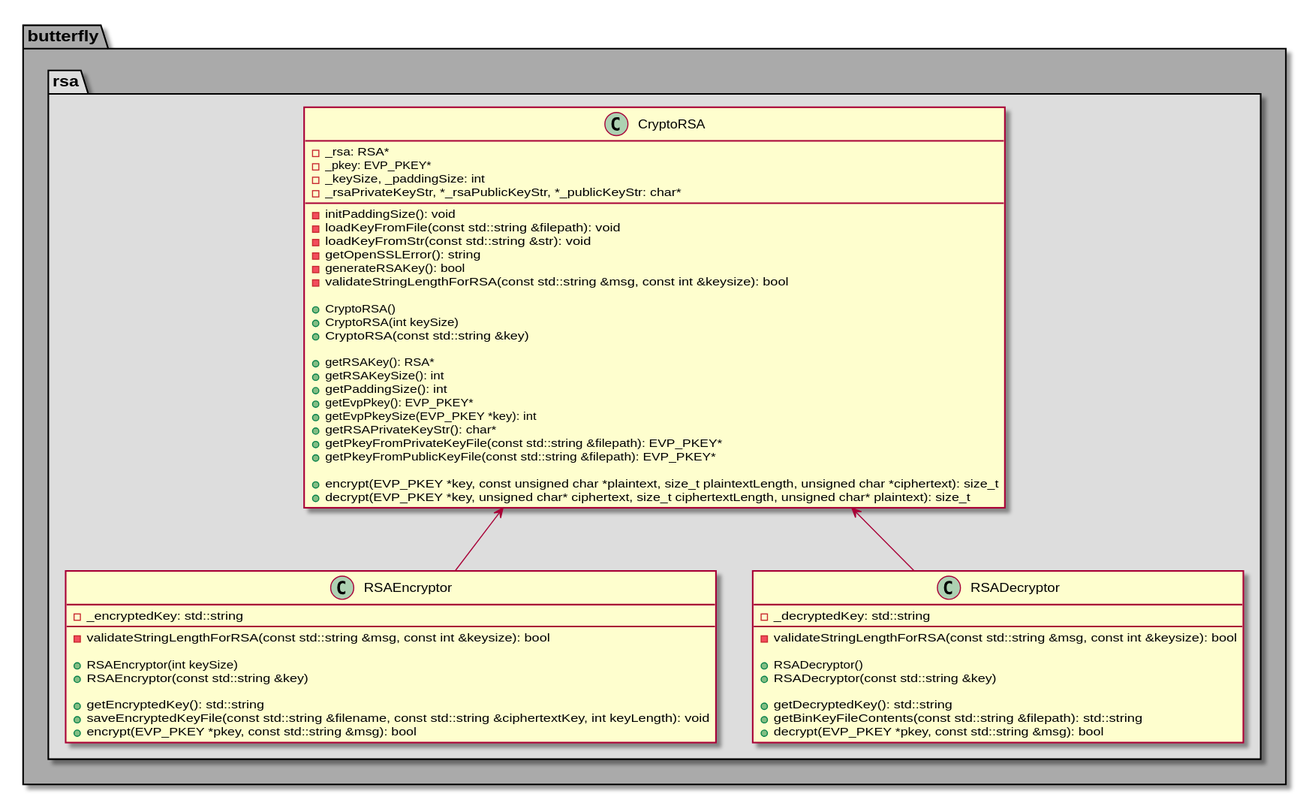
Earlier version of the PlantUML export architecture/class_diagrams/crypto/rsa.svg (bierschi/butterfly).
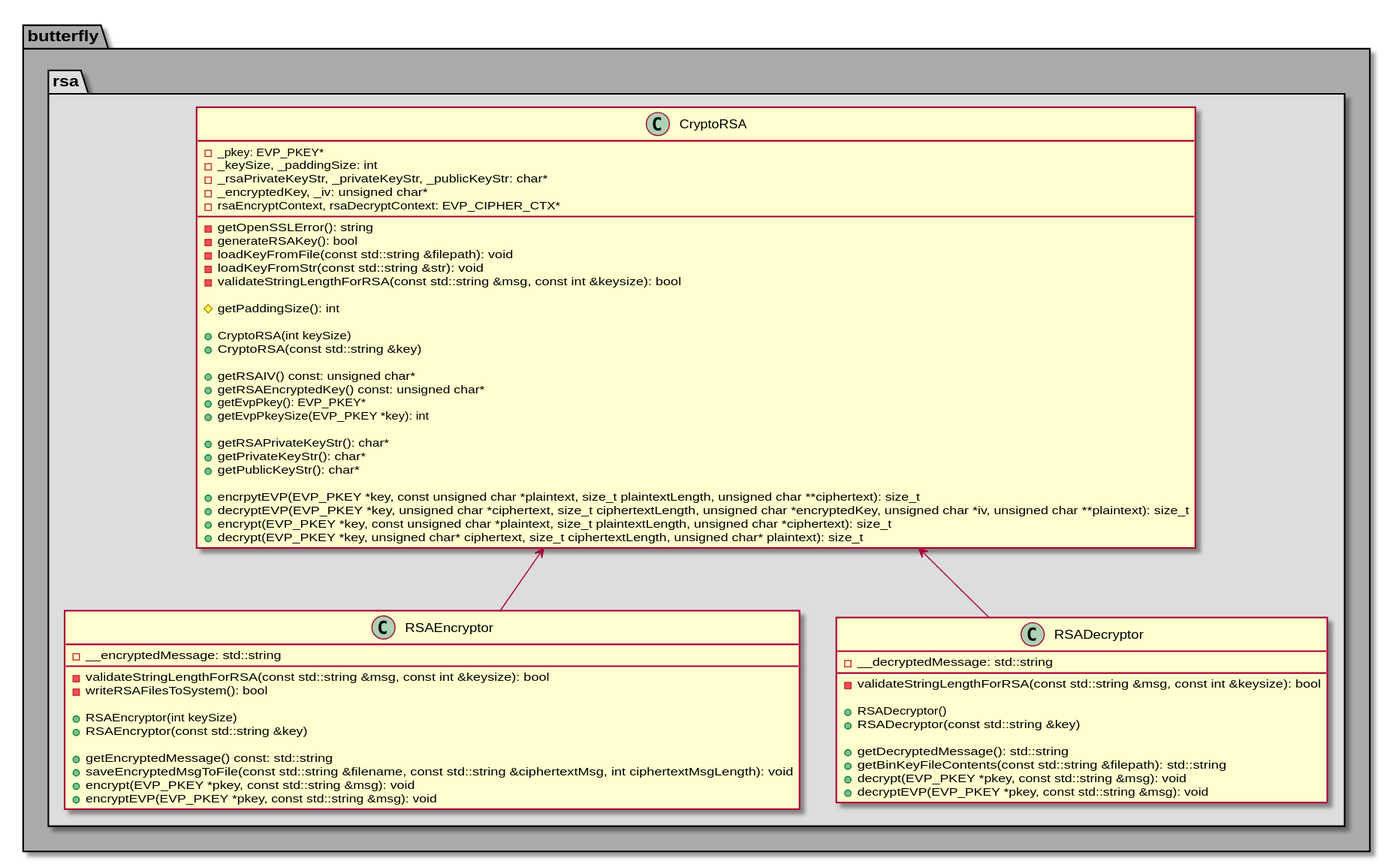
Above is the later version.

Diff of the diagram source:
```diff
@@ -7,60 +7,66 @@
 
 class CryptoRSA
 {
-    -_rsa: RSA*
     -_pkey: EVP_PKEY*
     -_keySize, _paddingSize: int
-    -_rsaPrivateKeyStr, *_rsaPublicKeyStr, *_publicKeyStr: char*
+    -_rsaPrivateKeyStr, _privateKeyStr, _publicKeyStr: char*
+    -_encryptedKey, _iv: unsigned char*
+    - rsaEncryptContext, rsaDecryptContext: EVP_CIPHER_CTX*
 
-    -initPaddingSize(): void
+    -getOpenSSLError(): string
+    -generateRSAKey(): bool
     -loadKeyFromFile(const std::string &filepath): void
     -loadKeyFromStr(const std::string &str): void
-    -getOpenSSLError(): string
-    -generateRSAKey(): bool
     -validateStringLengthForRSA(const std::string &msg, const int &keysize): bool
 
-    +CryptoRSA()
+    #getPaddingSize(): int
+
     +CryptoRSA(int keySize)
     +CryptoRSA(const std::string &key)
 
-    +getRSAKey(): RSA*
-    +getRSAKeySize(): int
-    +getPaddingSize(): int
+    +getRSAIV() const: unsigned char*
+    +getRSAEncryptedKey() const: unsigned char*
     +getEvpPkey(): EVP_PKEY*
     +getEvpPkeySize(EVP_PKEY *key): int
+
     +getRSAPrivateKeyStr(): char*
-    +getPkeyFromPrivateKeyFile(const std::string &filepath): EVP_PKEY*
-    +getPkeyFromPublicKeyFile(const std::string &filepath): EVP_PKEY*
+    +getPrivateKeyStr(): char*
+    +getPublicKeyStr(): char*
 
+    +encrpytEVP(EVP_PKEY *key, const unsigned char *plaintext, size_t plaintextLength, unsigned char **ciphertext): size_t
+    +decryptEVP(EVP_PKEY *key, unsigned char *ciphertext, size_t ciphertextLength, unsigned char *encryptedKey, unsigned char *iv, unsigned char **plaintext): size_t
     +encrypt(EVP_PKEY *key, const unsigned char *plaintext, size_t plaintextLength, unsigned char *ciphertext): size_t
     +decrypt(EVP_PKEY *key, unsigned char* ciphertext, size_t ciphertextLength, unsigned char* plaintext): size_t
 }
 
 class RSAEncryptor
 {
-    -_encryptedKey: std::string
+    -__encryptedMessage: std::string
 
     -validateStringLengthForRSA(const std::string &msg, const int &keysize): bool
+    -writeRSAFilesToSystem(): bool
 
     +RSAEncryptor(int keySize)
     +RSAEncryptor(const std::string &key)
 
-    +getEncryptedKey(): std::string
-    +saveEncryptedKeyFile(const std::string &filename, const std::string &ciphertextKey, int keyLength): void
-    +encrypt(EVP_PKEY *pkey, const std::string &msg): bool
+    +getEncryptedMessage() const: std::string
+    +saveEncryptedMsgToFile(const std::string &filename, const std::string &ciphertextMsg, int ciphertextMsgLength): void
+    +encrypt(EVP_PKEY *pkey, const std::string &msg): void
+    +encryptEVP(EVP_PKEY *pkey, const std::string &msg): void
 }
 
 class RSADecryptor
 {
-    -_decryptedKey: std::string
+    -__decryptedMessage: std::string
     -validateStringLengthForRSA(const std::string &msg, const int &keysize): bool
 
     +RSADecryptor()
     +RSADecryptor(const std::string &key)
 
-    +getDecryptedKey(): std::string
+    +getDecryptedMessage(): std::string
     +getBinKeyFileContents(const std::string &filepath): std::string
-    +decrypt(EVP_PKEY *pkey, const std::string &msg): bool
+    +decrypt(EVP_PKEY *pkey, const std::string &msg): void
+    +decryptEVP(EVP_PKEY *pkey, const std::string &msg): void
 }
 
 CryptoRSA <-- RSAEncryptor
```
